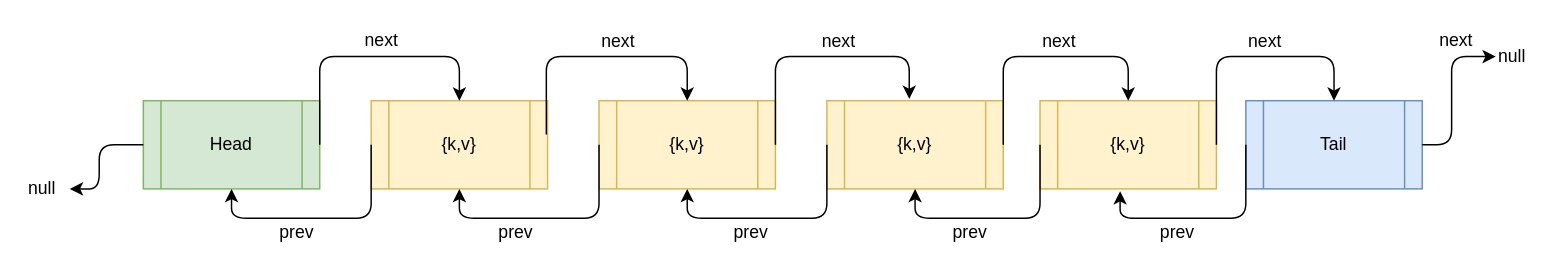
This is LRU.drawio from lxfriday/files-store, a draw.io file, before an edit. Source tidied: cells renumbered, new cells numbered last; positions are measured from the earlier drawing's top-left corner, leaving out a move shared by most shapes. Both pictures are drawn from the tidied source at 147%, with x=0, y=0 at pixel (-79, -121).
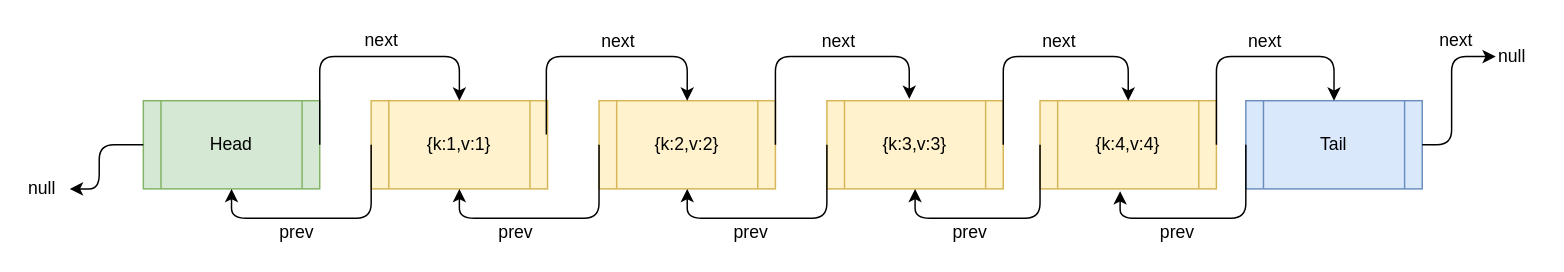
The same page after the edit.

The edit, as a diff of the source:
```diff
@@
-    <mxCell id="2" value="{k,v}" style="shape=process;whiteSpace=wrap;html=1;backgroundOutline=1;fillColor=#fff2cc;strokeColor=#d6b656;" parent="1" vertex="1">
+    <mxCell id="2" value="{k:1,v:1}" style="shape=process;whiteSpace=wrap;html=1;backgroundOutline=1;fillColor=#fff2cc;strokeColor=#d6b656;" parent="1" vertex="1">
       <mxGeometry x="306" y="150" width="120" height="60" as="geometry" />
     </mxCell>
@@
-    <mxCell id="4" value="{k,v}" style="shape=process;whiteSpace=wrap;html=1;backgroundOutline=1;fillColor=#fff2cc;strokeColor=#d6b656;" parent="1" vertex="1">
+    <mxCell id="4" value="{k:2,v:2}" style="shape=process;whiteSpace=wrap;html=1;backgroundOutline=1;fillColor=#fff2cc;strokeColor=#d6b656;" parent="1" vertex="1">
       <mxGeometry x="461" y="150" width="120" height="60" as="geometry" />
     </mxCell>
-    <mxCell id="5" value="{k,v}" style="shape=process;whiteSpace=wrap;html=1;backgroundOutline=1;fillColor=#fff2cc;strokeColor=#d6b656;" parent="1" vertex="1">
+    <mxCell id="5" value="{k:3,v:3}" style="shape=process;whiteSpace=wrap;html=1;backgroundOutline=1;fillColor=#fff2cc;strokeColor=#d6b656;" parent="1" vertex="1">
       <mxGeometry x="616" y="150" width="120" height="60" as="geometry" />
     </mxCell>
-    <mxCell id="6" value="{k,v}" style="shape=process;whiteSpace=wrap;html=1;backgroundOutline=1;fillColor=#fff2cc;strokeColor=#d6b656;" parent="1" vertex="1">
+    <mxCell id="6" value="{k:4,v:4}" style="shape=process;whiteSpace=wrap;html=1;backgroundOutline=1;fillColor=#fff2cc;strokeColor=#d6b656;" parent="1" vertex="1">
       <mxGeometry x="761" y="150" width="120" height="60" as="geometry" />
     </mxCell>
```
